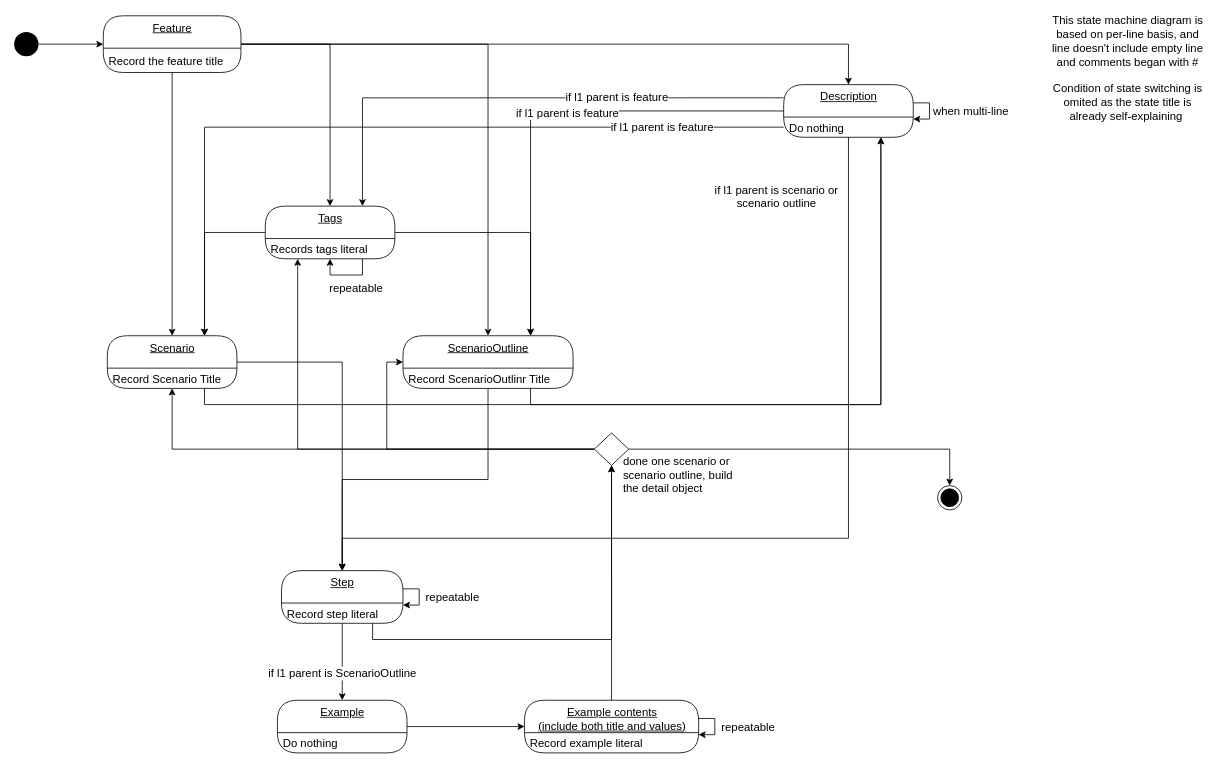
Before: page "State Machine Diagram for feature file parsing" (3 of 3) of doc/5903 diagram.drawio in CXwudi/comp5903-easy-cucumber, a draw.io diagram. Source tidied: cells renumbered, new cells numbered last; positions are measured from the earlier drawing's top-left corner, leaving out a move shared by most shapes. Both pictures are drawn from the tidied source at 81%, with x=0, y=0 at pixel (14, 15).
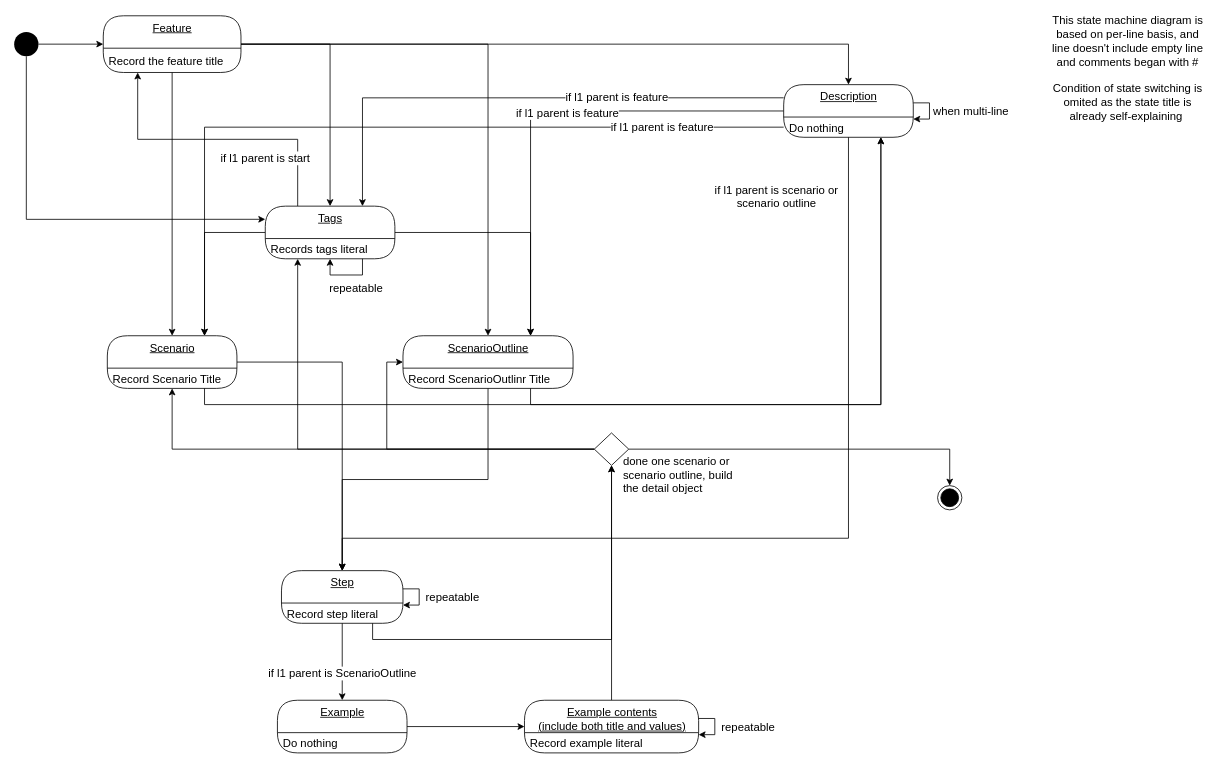
The same diagram, later.

Commit message:
[doc] change UML state machine diagram to include tags on feature title

The change refers to these unchanged cells:
```xml
<mxCell id="3" style="ellipse;fillColor=#000000;strokeColor=none;fontSize=14;" parent="1" vertex="1">
  <mxGeometry y="20" width="30" height="30" as="geometry" />
</mxCell>
<mxCell id="9" value="Record the feature title" style="fillColor=none;strokeColor=none;align=left;verticalAlign=middle;spacingLeft=5;fontSize=14;" parent="8" vertex="1">
  <mxGeometry y="40" width="170" height="30" as="geometry" />
</mxCell>
<mxCell id="20" value="Tags" style="swimlane;fontStyle=4;align=center;verticalAlign=top;horizontal=1;startSize=40;html=1;rounded=1;absoluteArcSize=1;arcSize=50;fontSize=14;" parent="1" vertex="1">
  <mxGeometry x="310" y="235" width="160" height="65" as="geometry" />
</mxCell>
```

The edit, as a diff of the source:
```diff
@@
+    <mxCell id="59" style="edgeStyle=orthogonalEdgeStyle;rounded=0;jettySize=auto;html=1;entryX=0;entryY=0.25;entryDx=0;entryDy=0;exitX=0.5;exitY=1;exitDx=0;exitDy=0;" parent="1" edge="1" source="3" target="20">
+      <mxGeometry relative="1" as="geometry" />
+    </mxCell>
@@
+    <mxCell id="60" style="edgeStyle=orthogonalEdgeStyle;rounded=0;jettySize=auto;html=1;exitX=0.25;exitY=0;exitDx=0;exitDy=0;entryX=0.25;entryY=1;entryDx=0;entryDy=0;" parent="1" edge="1" source="20" target="9">
+      <mxGeometry relative="1" as="geometry" />
+    </mxCell>
+    <mxCell id="61" value="&lt;font style=&quot;font-size: 14px&quot;&gt;if l1 parent is start&lt;/font&gt;" style="edgeLabel;html=1;align=center;verticalAlign=middle;" parent="60" vertex="1">
+      <mxGeometry x="-0.18" y="1" relative="1" as="geometry">
+        <mxPoint x="26" y="22" as="offset" />
+      </mxGeometry>
+    </mxCell>
```
